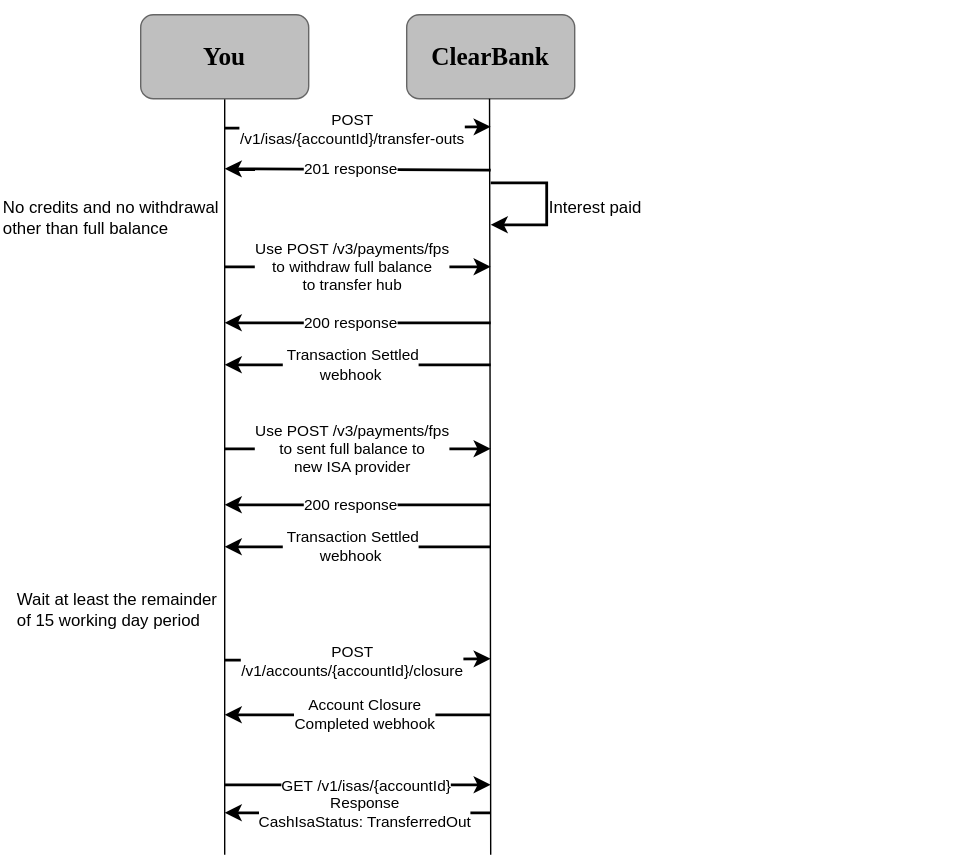
Before: static/assets/images/cash-isa-transfer-out.svg, a diagram exported from draw.io (clearbank/clearbank.github.io). Source tidied: cells renumbered, new cells last; positions are measured from the earlier drawing's top-left corner, leaving out a move shared by most shapes.
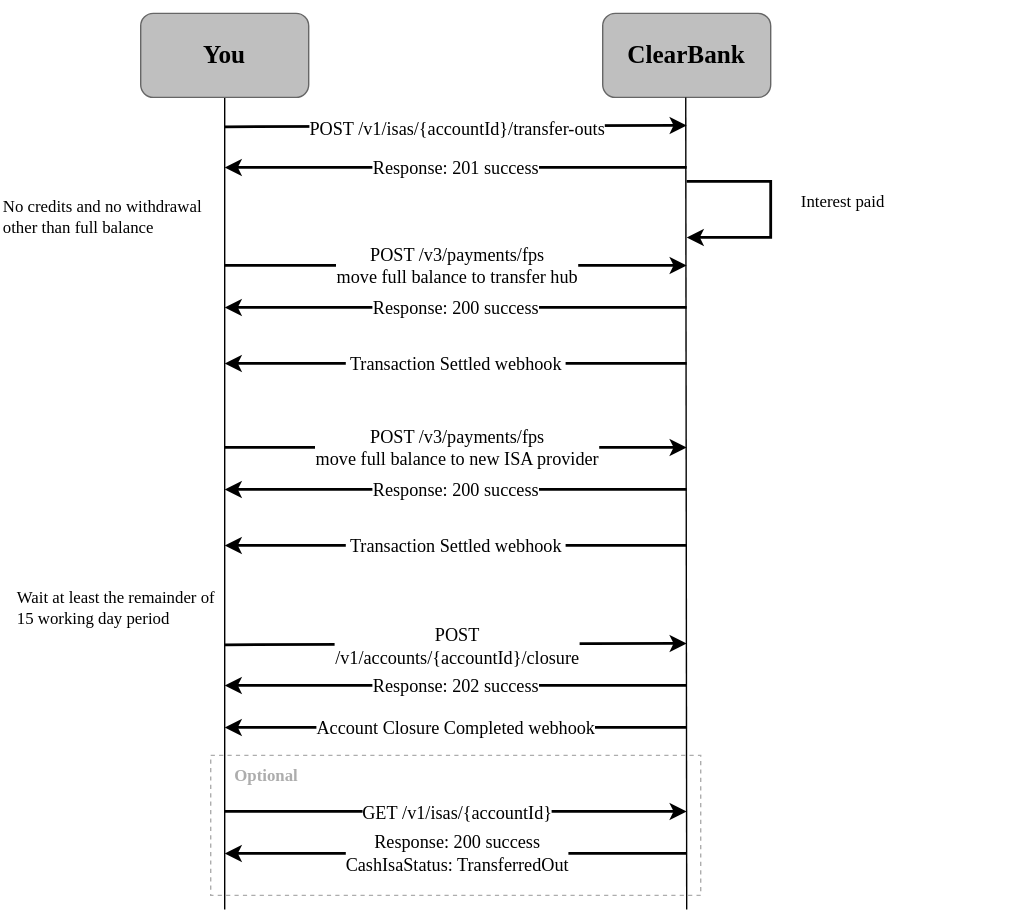
The same diagram one commit later.

Change to the diagram source:
```diff
@@ -2,185 +2,202 @@
   <root>
     <mxCell id="0" />
     <mxCell id="1" parent="0" />
+    <mxCell id="36" style="rounded=0;whiteSpace=wrap;html=1;fillColor=none;dashed=1;strokeColor=#ADADAD;fontColor=#ADADAD;fontFamily=Clear Sans Text;" parent="1" vertex="1">
+      <mxGeometry x="150" y="540" width="350" height="100" as="geometry" />
+    </mxCell>
     <mxCell id="2" value="ClearBank" style="rounded=1;whiteSpace=wrap;html=1;strokeColor=#666666;fillColor=#BFBFBF;gradientColor=none;fontFamily=Clear Sans Display;fontStyle=1;fontSize=18;" parent="1" vertex="1">
-      <mxGeometry x="290" y="10" width="120" height="60" as="geometry" />
+      <mxGeometry x="430" y="10" width="120" height="60" as="geometry" />
     </mxCell>
-    <mxCell id="3" style="endArrow=classic;html=1;rounded=0;strokeWidth=2;" parent="1" edge="1">
+    <mxCell id="3" style="endArrow=classic;html=1;rounded=0;strokeWidth=2;fontFamily=Clear Sans Text;" parent="1" edge="1">
       <mxGeometry relative="1" as="geometry">
-        <mxPoint x="350" y="121" as="sourcePoint" />
+        <mxPoint x="490" y="120" as="sourcePoint" />
         <mxPoint x="160" y="120" as="targetPoint" />
       </mxGeometry>
     </mxCell>
-    <mxCell id="4" value="201 response" style="edgeLabel;html=1;align=center;verticalAlign=middle;" parent="3" vertex="1">
+    <mxCell id="4" value="Response: 201 success" style="edgeLabel;html=1;align=center;verticalAlign=middle;fontFamily=Clear Sans Text;fontSize=13;" parent="3" vertex="1">
       <mxGeometry x="0.09" y="-1" relative="1" as="geometry">
-        <mxPoint x="3" as="offset" />
+        <mxPoint x="14" y="1" as="offset" />
       </mxGeometry>
     </mxCell>
-    <mxCell id="5" style="endArrow=classic;html=1;rounded=0;strokeWidth=2;" parent="1" edge="1">
+    <mxCell id="5" style="endArrow=classic;html=1;rounded=0;strokeWidth=2;fontFamily=Clear Sans Text;" parent="1" edge="1">
       <mxGeometry relative="1" as="geometry">
-        <mxPoint x="350" y="260" as="sourcePoint" />
+        <mxPoint x="490" y="260" as="sourcePoint" />
         <mxPoint x="160" y="260" as="targetPoint" />
       </mxGeometry>
     </mxCell>
-    <mxCell id="6" value="&amp;nbsp;Transaction Settled&lt;br&gt;&amp;nbsp;webhook&amp;nbsp;" style="edgeLabel;html=1;align=center;verticalAlign=middle;" parent="5" vertex="1">
+    <mxCell id="6" value="&amp;nbsp;Transaction Settled&amp;nbsp;webhook&amp;nbsp;" style="edgeLabel;html=1;align=center;verticalAlign=middle;fontFamily=Clear Sans Text;fontSize=13;" parent="5" vertex="1">
       <mxGeometry x="0.09" y="-1" relative="1" as="geometry">
-        <mxPoint x="3" y="1" as="offset" />
+        <mxPoint x="14" y="1" as="offset" />
       </mxGeometry>
     </mxCell>
-    <mxCell id="7" value="Wait at least the remainder of 15 working day period" style="text;html=1;strokeColor=none;fillColor=none;align=left;verticalAlign=middle;whiteSpace=wrap;rounded=0;" parent="1" vertex="1">
+    <mxCell id="7" value="Wait at least the remainder of 15 working day period" style="text;html=1;strokeColor=none;fillColor=none;align=left;verticalAlign=middle;whiteSpace=wrap;rounded=0;fontFamily=Clear Sans Text;" parent="1" vertex="1">
       <mxGeometry x="10" y="400" width="150" height="70" as="geometry" />
     </mxCell>
-    <mxCell id="8" style="edgeStyle=orthogonalEdgeStyle;rounded=0;orthogonalLoop=1;jettySize=auto;html=1;endArrow=none;endFill=0;" parent="1" edge="1">
+    <mxCell id="8" style="edgeStyle=orthogonalEdgeStyle;rounded=0;orthogonalLoop=1;jettySize=auto;html=1;endArrow=none;endFill=0;fontFamily=Clear Sans Text;" parent="1" edge="1">
       <mxGeometry relative="1" as="geometry">
-        <mxPoint x="349.2" y="70" as="sourcePoint" />
-        <mxPoint x="350" y="610" as="targetPoint" />
+        <mxPoint x="489.3" y="70" as="sourcePoint" />
+        <mxPoint x="490" y="650" as="targetPoint" />
+        <Array as="points">
+          <mxPoint x="490.6" y="70" />
+        </Array>
       </mxGeometry>
     </mxCell>
-    <mxCell id="9" style="edgeStyle=orthogonalEdgeStyle;rounded=0;jettySize=auto;html=1;endArrow=none;endFill=0;" parent="1" edge="1" source="10">
+    <mxCell id="9" style="edgeStyle=orthogonalEdgeStyle;rounded=0;jettySize=auto;html=1;endArrow=none;endFill=0;fontFamily=Clear Sans Text;" parent="1" edge="1" source="10">
       <mxGeometry relative="1" as="geometry">
-        <mxPoint x="160" y="610" as="targetPoint" />
+        <mxPoint x="160" y="650" as="targetPoint" />
       </mxGeometry>
     </mxCell>
     <mxCell id="10" value="You" style="rounded=1;whiteSpace=wrap;html=1;strokeColor=#666666;fillColor=#BFBFBF;gradientColor=none;fontFamily=Clear Sans Display;fontStyle=1;fontSize=18;" parent="1" vertex="1">
       <mxGeometry x="100" y="10" width="120" height="60" as="geometry" />
     </mxCell>
-    <mxCell id="11" style="endArrow=classic;html=1;rounded=0;strokeWidth=2;" parent="1" edge="1">
+    <mxCell id="11" style="endArrow=classic;html=1;rounded=0;strokeWidth=2;fontFamily=Clear Sans Text;" parent="1" edge="1">
       <mxGeometry relative="1" as="geometry">
         <mxPoint x="160" y="91" as="sourcePoint" />
-        <mxPoint x="350" y="90" as="targetPoint" />
+        <mxPoint x="490" y="90" as="targetPoint" />
       </mxGeometry>
     </mxCell>
-    <mxCell id="12" value="POST&lt;br&gt;/v1/isas/{accountId}/transfer-outs" style="edgeLabel;html=1;align=center;verticalAlign=middle;" parent="11" vertex="1">
+    <mxCell id="12" value="&lt;span style=&quot;font-size: 13px;&quot;&gt;POST /v1/isas/{accountId}/transfer-outs&lt;/span&gt;" style="edgeLabel;html=1;align=center;verticalAlign=middle;fontStyle=0;fontFamily=Clear Sans Text;fontSize=13;" parent="11" vertex="1">
       <mxGeometry x="0.09" y="-1" relative="1" as="geometry">
-        <mxPoint x="-13" as="offset" />
+        <mxPoint x="-14" as="offset" />
       </mxGeometry>
     </mxCell>
-    <mxCell id="13" style="endArrow=classic;html=1;rounded=0;strokeWidth=2;" parent="1" edge="1">
+    <mxCell id="13" style="endArrow=classic;html=1;rounded=0;strokeWidth=2;fontFamily=Clear Sans Text;" parent="1" edge="1">
       <mxGeometry relative="1" as="geometry">
-        <mxPoint x="160" y="560" as="sourcePoint" />
-        <mxPoint x="350" y="560" as="targetPoint" />
+        <mxPoint x="160" y="580" as="sourcePoint" />
+        <mxPoint x="490" y="580" as="targetPoint" />
         <Array as="points">
-          <mxPoint x="250" y="560" />
+          <mxPoint x="250" y="580" />
         </Array>
       </mxGeometry>
     </mxCell>
-    <mxCell id="14" value="GET&amp;nbsp;/v1/isas/{accountId}" style="edgeLabel;html=1;align=center;verticalAlign=middle;" parent="13" vertex="1">
+    <mxCell id="14" value="GET&amp;nbsp;/v1/isas/{accountId}" style="edgeLabel;html=1;align=center;verticalAlign=middle;fontFamily=Clear Sans Text;fontSize=13;" parent="13" vertex="1">
       <mxGeometry x="0.09" y="-1" relative="1" as="geometry">
-        <mxPoint x="-3" as="offset" />
+        <mxPoint x="-14" as="offset" />
       </mxGeometry>
     </mxCell>
-    <mxCell id="15" style="endArrow=classic;html=1;rounded=0;strokeWidth=2;" parent="1" edge="1">
+    <mxCell id="15" style="endArrow=classic;html=1;rounded=0;strokeWidth=2;fontFamily=Clear Sans Text;" parent="1" edge="1">
       <mxGeometry relative="1" as="geometry">
-        <mxPoint x="250" y="580" as="sourcePoint" />
-        <mxPoint x="160" y="580" as="targetPoint" />
+        <mxPoint x="250" y="610" as="sourcePoint" />
+        <mxPoint x="160" y="610" as="targetPoint" />
         <Array as="points">
-          <mxPoint x="350" y="580" />
+          <mxPoint x="490" y="610" />
         </Array>
       </mxGeometry>
     </mxCell>
-    <mxCell id="16" value="Response &lt;br&gt;CashIsaStatus: TransferredOut" style="edgeLabel;html=1;align=center;verticalAlign=middle;" parent="15" vertex="1">
+    <mxCell id="16" value="Response: 200 success&lt;br style=&quot;font-size: 13px;&quot;&gt;CashIsaStatus: TransferredOut" style="edgeLabel;html=1;align=center;verticalAlign=middle;fontFamily=Clear Sans Text;fontSize=13;" parent="15" vertex="1">
       <mxGeometry x="0.09" y="-1" relative="1" as="geometry">
-        <mxPoint x="-33" y="1" as="offset" />
+        <mxPoint x="-95" y="1" as="offset" />
       </mxGeometry>
     </mxCell>
-    <mxCell id="17" style="endArrow=classic;html=1;rounded=0;strokeWidth=2;" parent="1" edge="1">
+    <mxCell id="17" style="endArrow=classic;html=1;rounded=0;strokeWidth=2;fontFamily=Clear Sans Text;" parent="1" edge="1">
       <mxGeometry relative="1" as="geometry">
-        <mxPoint x="160" y="471" as="sourcePoint" />
-        <mxPoint x="350" y="470" as="targetPoint" />
+        <mxPoint x="160" y="461" as="sourcePoint" />
+        <mxPoint x="490" y="460" as="targetPoint" />
       </mxGeometry>
     </mxCell>
-    <mxCell id="18" value="POST&lt;br&gt;/v1/accounts/{accountId}/closure" style="edgeLabel;html=1;align=center;verticalAlign=middle;" parent="17" vertex="1">
+    <mxCell id="18" value="POST&lt;br style=&quot;font-size: 13px;&quot;&gt;/v1/accounts/{accountId}/closure" style="edgeLabel;html=1;align=center;verticalAlign=middle;fontFamily=Clear Sans Text;fontSize=13;" parent="17" vertex="1">
       <mxGeometry x="0.09" y="-1" relative="1" as="geometry">
-        <mxPoint x="-13" as="offset" />
+        <mxPoint x="-14" as="offset" />
       </mxGeometry>
     </mxCell>
-    <mxCell id="19" style="endArrow=classic;html=1;rounded=0;strokeWidth=2;" parent="1" edge="1">
+    <mxCell id="19" style="endArrow=classic;html=1;rounded=0;strokeWidth=2;fontFamily=Clear Sans Text;" parent="1" edge="1">
       <mxGeometry relative="1" as="geometry">
         <mxPoint x="160" y="190" as="sourcePoint" />
-        <mxPoint x="350" y="190" as="targetPoint" />
+        <mxPoint x="490" y="190" as="targetPoint" />
       </mxGeometry>
     </mxCell>
-    <mxCell id="20" value="Use POST /v3/payments/fps &lt;br&gt;to withdraw full balance &lt;br&gt;to transfer hub" style="edgeLabel;html=1;align=center;verticalAlign=middle;" parent="19" vertex="1">
+    <mxCell id="20" value="POST /v3/payments/fps&lt;br style=&quot;font-size: 13px;&quot;&gt;move full balance to transfer hub" style="edgeLabel;html=1;align=center;verticalAlign=middle;fontFamily=Clear Sans Text;fontSize=13;" parent="19" vertex="1">
       <mxGeometry x="0.09" y="-1" relative="1" as="geometry">
-        <mxPoint x="-13" y="-1" as="offset" />
+        <mxPoint x="-14" y="-1" as="offset" />
       </mxGeometry>
     </mxCell>
-    <mxCell id="21" style="endArrow=classic;html=1;rounded=0;strokeWidth=2;" parent="1" edge="1">
+    <mxCell id="21" style="endArrow=classic;html=1;rounded=0;strokeWidth=2;fontFamily=Clear Sans Text;" parent="1" edge="1">
       <mxGeometry relative="1" as="geometry">
-        <mxPoint x="350" y="510" as="sourcePoint" />
-        <mxPoint x="160" y="510" as="targetPoint" />
+        <mxPoint x="490" y="520" as="sourcePoint" />
+        <mxPoint x="160" y="520" as="targetPoint" />
       </mxGeometry>
     </mxCell>
-    <mxCell id="22" value="Account Closure&lt;br&gt;Completed webhook" style="edgeLabel;html=1;align=center;verticalAlign=middle;" parent="21" vertex="1">
+    <mxCell id="22" value="Account Closure Completed webhook" style="edgeLabel;html=1;align=center;verticalAlign=middle;fontFamily=Clear Sans Text;fontSize=13;" parent="21" vertex="1">
       <mxGeometry x="0.09" y="-1" relative="1" as="geometry">
-        <mxPoint x="13" y="1" as="offset" />
+        <mxPoint x="14" y="1" as="offset" />
       </mxGeometry>
     </mxCell>
-    <mxCell id="23" value="No credits and no withdrawal other than full balance" style="text;html=1;strokeColor=none;fillColor=none;align=left;verticalAlign=middle;whiteSpace=wrap;rounded=0;" parent="1" vertex="1">
+    <mxCell id="23" value="No credits and no withdrawal other than full balance" style="text;html=1;strokeColor=none;fillColor=none;align=left;verticalAlign=middle;whiteSpace=wrap;rounded=0;fontFamily=Clear Sans Text;" parent="1" vertex="1">
       <mxGeometry y="120" width="160" height="70" as="geometry" />
     </mxCell>
-    <mxCell id="24" style="rounded=1;whiteSpace=wrap;html=1;fillColor=none;strokeColor=none;" parent="1" vertex="1">
-      <mxGeometry x="470" y="150" width="220" height="60" as="geometry" />
-    </mxCell>
-    <mxCell id="25" style="rounded=0;whiteSpace=wrap;html=1;strokeColor=none;fillColor=none;" parent="1" vertex="1">
+    <mxCell id="25" style="rounded=0;whiteSpace=wrap;html=1;strokeColor=none;fillColor=none;fontFamily=Clear Sans Text;" parent="1" vertex="1">
       <mxGeometry x="200" width="120" height="10" as="geometry" />
     </mxCell>
-    <mxCell id="26" style="endArrow=classic;html=1;rounded=0;strokeWidth=2;" parent="1" edge="1">
+    <mxCell id="26" style="endArrow=classic;html=1;rounded=0;strokeWidth=2;fontFamily=Clear Sans Text;" parent="1" edge="1">
       <mxGeometry relative="1" as="geometry">
-        <mxPoint x="350" y="230" as="sourcePoint" />
-        <mxPoint x="160" y="230" as="targetPoint" />
+        <mxPoint x="490" y="220" as="sourcePoint" />
+        <mxPoint x="160" y="220" as="targetPoint" />
       </mxGeometry>
     </mxCell>
-    <mxCell id="27" value="200 response" style="edgeLabel;html=1;align=center;verticalAlign=middle;" parent="26" vertex="1">
+    <mxCell id="27" value="Response: 200 success" style="edgeLabel;html=1;align=center;verticalAlign=middle;fontFamily=Clear Sans Text;fontSize=13;" parent="26" vertex="1">
       <mxGeometry x="0.09" y="-1" relative="1" as="geometry">
-        <mxPoint x="3" y="1" as="offset" />
+        <mxPoint x="14" y="1" as="offset" />
       </mxGeometry>
     </mxCell>
-    <mxCell id="28" value="Interest paid" style="text;html=1;strokeColor=none;fillColor=none;align=left;verticalAlign=middle;whiteSpace=wrap;rounded=0;" parent="1" vertex="1">
-      <mxGeometry x="390" y="112.5" width="160" height="70" as="geometry" />
+    <mxCell id="28" value="Interest paid" style="text;html=1;strokeColor=none;fillColor=none;align=left;verticalAlign=middle;whiteSpace=wrap;rounded=0;fontFamily=Clear Sans Text;" parent="1" vertex="1">
+      <mxGeometry x="570" y="110" width="160" height="70" as="geometry" />
     </mxCell>
-    <mxCell id="29" style="endArrow=classic;html=1;rounded=0;strokeWidth=2;" parent="1" edge="1">
+    <mxCell id="29" style="endArrow=classic;html=1;rounded=0;strokeWidth=2;fontFamily=Clear Sans Text;" parent="1" edge="1">
       <mxGeometry relative="1" as="geometry">
-        <mxPoint x="350" y="130" as="sourcePoint" />
-        <mxPoint x="350" y="160" as="targetPoint" />
+        <mxPoint x="490" y="130" as="sourcePoint" />
+        <mxPoint x="490" y="170" as="targetPoint" />
         <Array as="points">
-          <mxPoint x="390" y="130" />
-          <mxPoint x="390" y="160" />
+          <mxPoint x="550" y="130" />
+          <mxPoint x="550" y="170" />
         </Array>
       </mxGeometry>
     </mxCell>
-    <mxCell id="30" style="endArrow=classic;html=1;rounded=0;strokeWidth=2;" parent="1" edge="1">
+    <mxCell id="30" style="endArrow=classic;html=1;rounded=0;strokeWidth=2;fontFamily=Clear Sans Text;" parent="1" edge="1">
       <mxGeometry relative="1" as="geometry">
         <mxPoint x="160" y="320" as="sourcePoint" />
-        <mxPoint x="350" y="320" as="targetPoint" />
+        <mxPoint x="490" y="320" as="targetPoint" />
       </mxGeometry>
     </mxCell>
-    <mxCell id="31" value="Use POST /v3/payments/fps&lt;br&gt;to sent full balance to&lt;br&gt;new ISA provider" style="edgeLabel;html=1;align=center;verticalAlign=middle;" parent="30" vertex="1">
+    <mxCell id="31" value="POST /v3/payments/fps&lt;br style=&quot;font-size: 13px;&quot;&gt;move full balance to new ISA provider" style="edgeLabel;html=1;align=center;verticalAlign=middle;fontFamily=Clear Sans Text;fontSize=13;" parent="30" vertex="1">
       <mxGeometry x="0.09" y="-1" relative="1" as="geometry">
-        <mxPoint x="-13" y="-1" as="offset" />
+        <mxPoint x="-14" y="-1" as="offset" />
       </mxGeometry>
     </mxCell>
-    <mxCell id="32" style="endArrow=classic;html=1;rounded=0;strokeWidth=2;" parent="1" edge="1">
+    <mxCell id="32" style="endArrow=classic;html=1;rounded=0;strokeWidth=2;fontFamily=Clear Sans Text;" parent="1" edge="1">
       <mxGeometry relative="1" as="geometry">
-        <mxPoint x="350" y="390" as="sourcePoint" />
+        <mxPoint x="490" y="390" as="sourcePoint" />
         <mxPoint x="160" y="390" as="targetPoint" />
       </mxGeometry>
     </mxCell>
-    <mxCell id="33" value="&amp;nbsp;Transaction Settled&lt;br&gt;&amp;nbsp;webhook&amp;nbsp;" style="edgeLabel;html=1;align=center;verticalAlign=middle;" parent="32" vertex="1">
+    <mxCell id="33" value="&amp;nbsp;Transaction Settled&amp;nbsp;webhook&amp;nbsp;" style="edgeLabel;html=1;align=center;verticalAlign=middle;fontFamily=Clear Sans Text;fontSize=13;" parent="32" vertex="1">
       <mxGeometry x="0.09" y="-1" relative="1" as="geometry">
-        <mxPoint x="3" y="1" as="offset" />
+        <mxPoint x="14" y="1" as="offset" />
       </mxGeometry>
     </mxCell>
-    <mxCell id="34" style="endArrow=classic;html=1;rounded=0;strokeWidth=2;" parent="1" edge="1">
+    <mxCell id="34" style="endArrow=classic;html=1;rounded=0;strokeWidth=2;fontFamily=Clear Sans Text;" parent="1" edge="1">
       <mxGeometry relative="1" as="geometry">
-        <mxPoint x="350" y="360" as="sourcePoint" />
-        <mxPoint x="160" y="360" as="targetPoint" />
+        <mxPoint x="490" y="350" as="sourcePoint" />
+        <mxPoint x="160" y="350" as="targetPoint" />
       </mxGeometry>
     </mxCell>
-    <mxCell id="35" value="200 response" style="edgeLabel;html=1;align=center;verticalAlign=middle;" parent="34" vertex="1">
+    <mxCell id="35" value="Response: 200 success" style="edgeLabel;html=1;align=center;verticalAlign=middle;fontFamily=Clear Sans Text;fontSize=13;" parent="34" vertex="1">
       <mxGeometry x="0.09" y="-1" relative="1" as="geometry">
-        <mxPoint x="3" y="1" as="offset" />
+        <mxPoint x="14" y="1" as="offset" />
       </mxGeometry>
     </mxCell>
+    <mxCell id="37" value="Optional" style="text;html=1;strokeColor=none;fillColor=none;align=center;verticalAlign=middle;whiteSpace=wrap;rounded=0;fontColor=#ADADAD;fontStyle=1;fontFamily=Clear Sans Text;" parent="1" vertex="1">
+      <mxGeometry x="160" y="540" width="60" height="30" as="geometry" />
+    </mxCell>
+    <mxCell id="38" style="endArrow=classic;html=1;rounded=0;strokeWidth=2;fontFamily=Clear Sans Text;" parent="1" edge="1">
+      <mxGeometry relative="1" as="geometry">
+        <mxPoint x="490" y="490" as="sourcePoint" />
+        <mxPoint x="160" y="490" as="targetPoint" />
+      </mxGeometry>
+    </mxCell>
+    <mxCell id="39" value="Response: 202 success" style="edgeLabel;html=1;align=center;verticalAlign=middle;fontFamily=Clear Sans Text;fontSize=13;" parent="38" vertex="1">
+      <mxGeometry x="0.09" y="-1" relative="1" as="geometry">
+        <mxPoint x="14" y="1" as="offset" />
+      </mxGeometry>
+    </mxCell>
   </root>
 </mxGraphModel>
```
